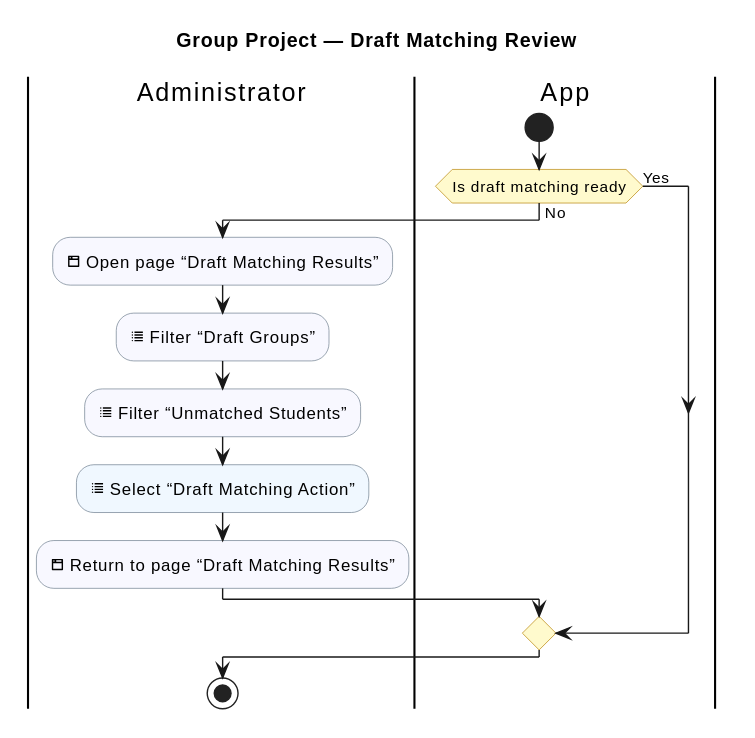
Before: industrial-placement-group-project/diagrams/group-project/draft-matching-review.svg, a diagram exported from PlantUML (sdflkjssl/sdflkjssl.github.io).
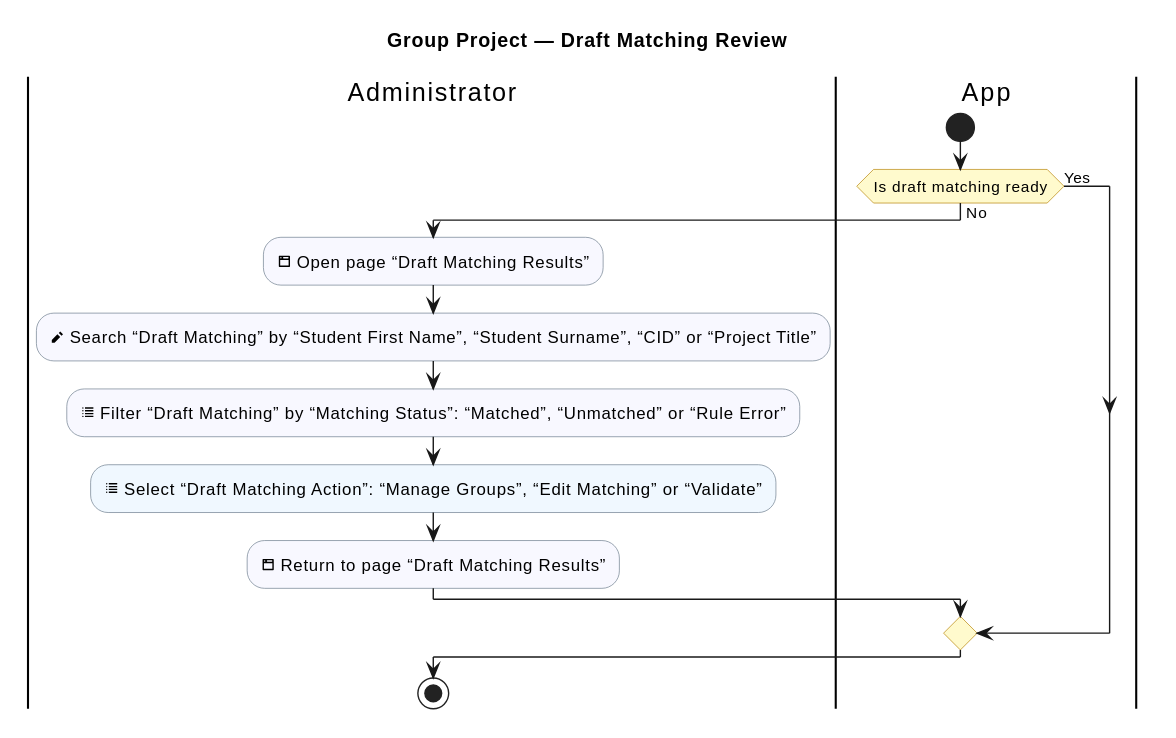
After the commit.

Diff of the diagram source:
```diff
@@ -15,9 +15,9 @@
 if (Is draft matching ready) then (No)
   |Administrator|
 :<&browser> Open page “Draft Matching Results”; <<#GhostWhite>>
-:<&list> Filter “Draft Groups”; <<#GhostWhite>>
-:<&list> Filter “Unmatched Students”; <<#GhostWhite>>
-:<&list> Select “Draft Matching Action”; <<#AliceBlue>>
+:<&pencil> Search “Draft Matching” by “Student First Name”, “Student Surname”, “CID” or “Project Title”; <<#GhostWhite>>
+:<&list> Filter “Draft Matching” by “Matching Status”: “Matched”, “Unmatched” or “Rule Error”; <<#GhostWhite>>
+:<&list> Select “Draft Matching Action”: “Manage Groups”, “Edit Matching” or “Validate”; <<#AliceBlue>>
 :<&browser> Return to page “Draft Matching Results”; <<#GhostWhite>>
 else (Yes)
 endif
```
